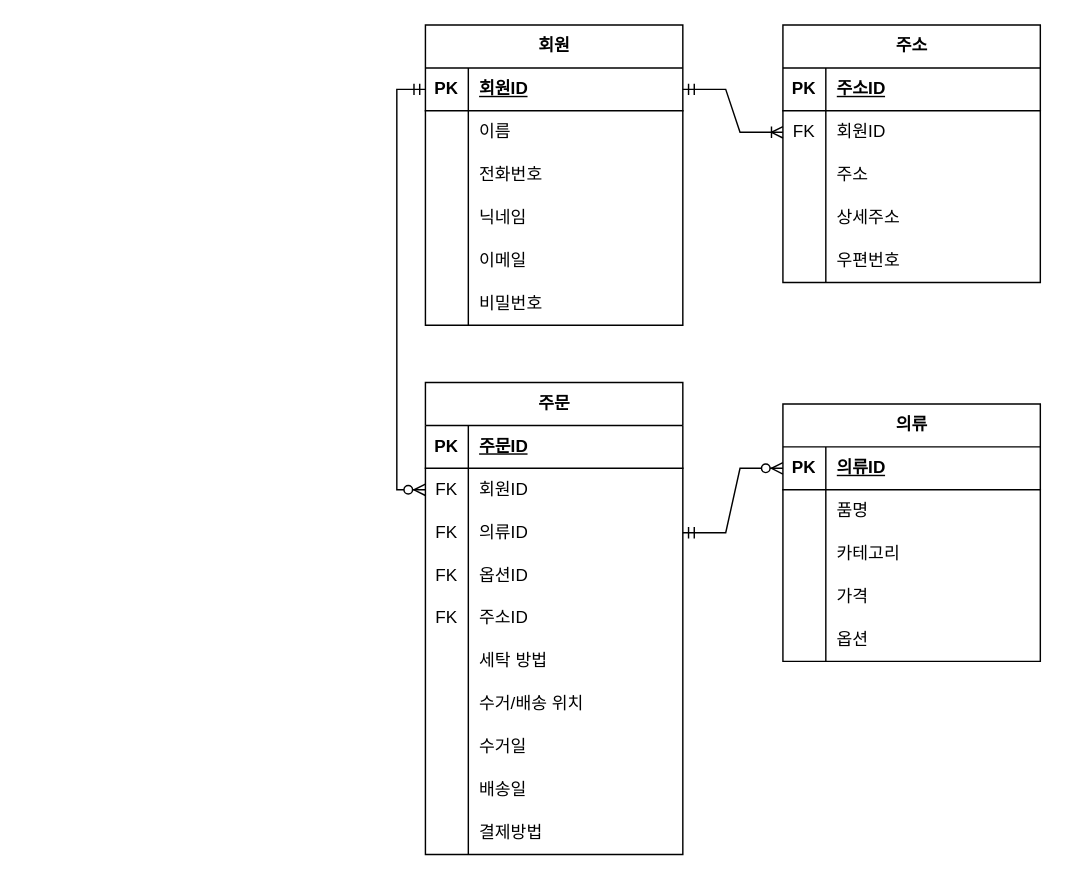
Before: ERD.drawio in Daeseda/daeseda, a draw.io diagram. Source tidied: cells renumbered, new cells numbered last; positions are measured from the earlier drawing's top-left corner, leaving out a move shared by most shapes. Both pictures are drawn from the tidied source at 143%, with x=0, y=0 at pixel (396, 24).
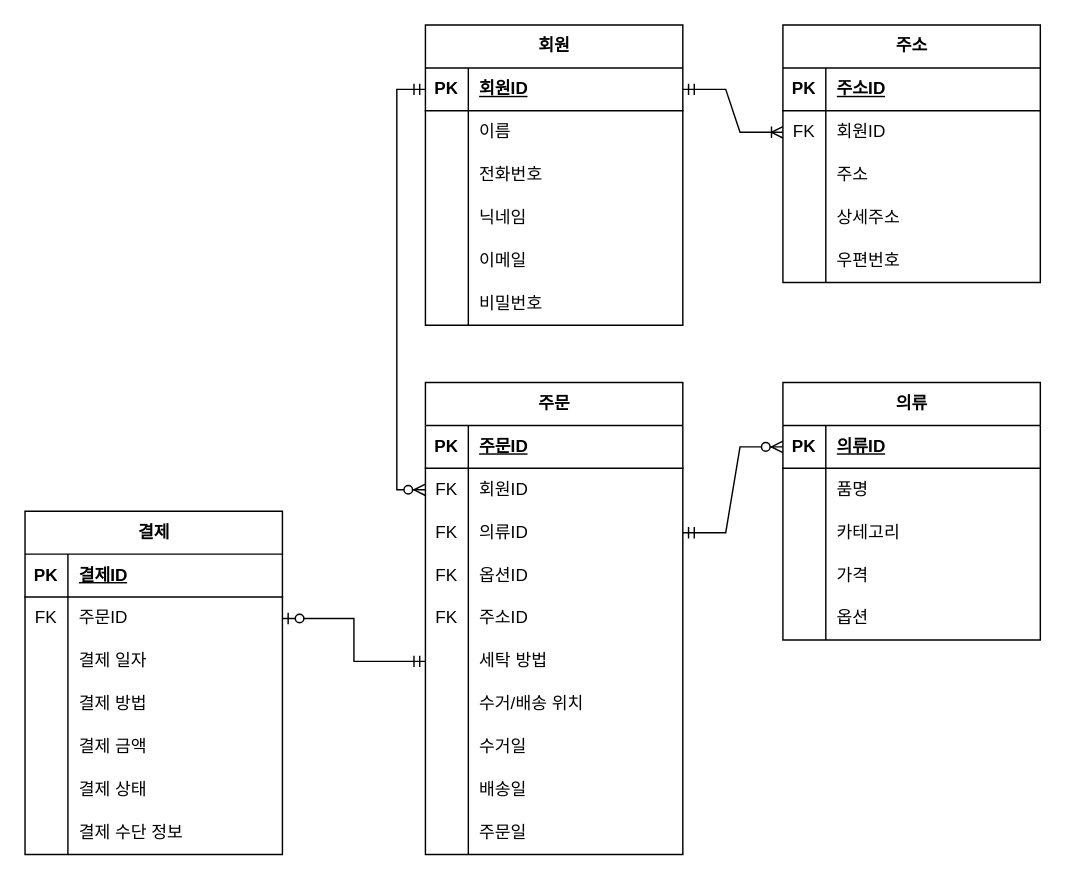
After the change.

The change refers to these unchanged cells:
```xml
<mxCell id="70" style="shape=tableRow;horizontal=0;startSize=0;swimlaneHead=0;swimlaneBody=0;fillColor=none;points=[[0,0.5],[1,0.5]];portConstraint=eastwest;top=0;left=0;right=0;bottom=0;" parent="54" vertex="1">
  <mxGeometry y="180" width="180" height="30" as="geometry" />
</mxCell>
<mxCell id="82" style="shape=tableRow;horizontal=0;startSize=0;swimlaneHead=0;swimlaneBody=0;fillColor=none;top=0;left=0;right=0;bottom=0;" parent="54" vertex="1">
  <mxGeometry y="300" width="180" height="30" as="geometry" />
</mxCell>
```

Change to the diagram source:
```diff
@@
     <mxCell id="38" value="의류" style="shape=table;startSize=30;childLayout=tableLayout;rowLines=0;fontStyle=1;align=center;html=1;" parent="1" vertex="1">
-      <mxGeometry x="270" y="265" width="180" height="180" as="geometry" />
+      <mxGeometry x="270" y="250" width="180" height="180" as="geometry" />
     </mxCell>
@@
-    <mxCell id="84" value="결제방법" style="shape=partialRectangle;fillColor=none;top=0;left=0;bottom=0;right=0;align=left;spacingLeft=6;overflow=hidden;whiteSpace=wrap;html=1;" parent="82" vertex="1">
+    <mxCell id="84" value="주문일" style="shape=partialRectangle;fillColor=none;top=0;left=0;bottom=0;right=0;align=left;spacingLeft=6;overflow=hidden;whiteSpace=wrap;html=1;" parent="82" vertex="1">
       <mxGeometry x="30" width="150" height="30" as="geometry" />
     </mxCell>
@@
+    <mxCell id="87" value="결제" style="shape=table;startSize=30;childLayout=tableLayout;rowLines=0;fontStyle=1;align=center;html=1;" parent="1" vertex="1">
+      <mxGeometry x="-260" y="340" width="180" height="240" as="geometry" />
+    </mxCell>
+    <mxCell id="88" style="shape=tableRow;horizontal=0;startSize=0;swimlaneHead=0;swimlaneBody=0;fillColor=none;top=0;left=0;right=0;bottom=1;" parent="87" vertex="1">
+      <mxGeometry y="30" width="180" height="30" as="geometry" />
+    </mxCell>
+    <mxCell id="89" value="PK" style="shape=partialRectangle;fillColor=none;top=0;left=0;bottom=0;right=0;fontStyle=1;overflow=hidden;whiteSpace=wrap;html=1;" parent="88" vertex="1">
+      <mxGeometry width="30" height="30" as="geometry" />
+    </mxCell>
+    <mxCell id="90" value="결제ID" style="shape=partialRectangle;fillColor=none;top=0;left=0;bottom=0;right=0;align=left;spacingLeft=6;fontStyle=5;overflow=hidden;whiteSpace=wrap;html=1;" parent="88" vertex="1">
+      <mxGeometry x="30" width="150" height="30" as="geometry" />
+    </mxCell>
+    <mxCell id="91" style="shape=tableRow;horizontal=0;startSize=0;swimlaneHead=0;swimlaneBody=0;fillColor=none;points=[[0,0.5],[1,0.5]];portConstraint=eastwest;top=0;left=0;right=0;bottom=0;" parent="87" vertex="1">
+      <mxGeometry y="60" width="180" height="30" as="geometry" />
+    </mxCell>
+    <mxCell id="92" value="FK" style="shape=partialRectangle;fillColor=none;top=0;left=0;bottom=0;right=0;overflow=hidden;whiteSpace=wrap;html=1;" parent="91" vertex="1">
+      <mxGeometry width="30" height="30" as="geometry" />
+    </mxCell>
+    <mxCell id="93" value="주문ID" style="shape=partialRectangle;fillColor=none;top=0;left=0;bottom=0;right=0;align=left;spacingLeft=6;overflow=hidden;whiteSpace=wrap;html=1;" parent="91" vertex="1">
+      <mxGeometry x="30" width="150" height="30" as="geometry" />
+    </mxCell>
+    <mxCell id="94" style="shape=tableRow;horizontal=0;startSize=0;swimlaneHead=0;swimlaneBody=0;fillColor=none;top=0;left=0;right=0;bottom=0;" parent="87" vertex="1">
+      <mxGeometry y="90" width="180" height="30" as="geometry" />
+    </mxCell>
+    <mxCell id="95" style="shape=partialRectangle;fillColor=none;top=0;left=0;bottom=0;right=0;overflow=hidden;whiteSpace=wrap;html=1;" parent="94" vertex="1">
+      <mxGeometry width="30" height="30" as="geometry" />
+    </mxCell>
+    <mxCell id="96" value="결제 일자" style="shape=partialRectangle;fillColor=none;top=0;left=0;bottom=0;right=0;align=left;spacingLeft=6;overflow=hidden;whiteSpace=wrap;html=1;" parent="94" vertex="1">
+      <mxGeometry x="30" width="150" height="30" as="geometry" />
+    </mxCell>
+    <mxCell id="97" style="shape=tableRow;horizontal=0;startSize=0;swimlaneHead=0;swimlaneBody=0;fillColor=none;top=0;left=0;right=0;bottom=0;" parent="87" vertex="1">
+      <mxGeometry y="120" width="180" height="30" as="geometry" />
+    </mxCell>
+    <mxCell id="98" style="shape=partialRectangle;fillColor=none;top=0;left=0;bottom=0;right=0;overflow=hidden;whiteSpace=wrap;html=1;" parent="97" vertex="1">
+      <mxGeometry width="30" height="30" as="geometry" />
+    </mxCell>
+    <mxCell id="99" value="결제 방법" style="shape=partialRectangle;fillColor=none;top=0;left=0;bottom=0;right=0;align=left;spacingLeft=6;overflow=hidden;whiteSpace=wrap;html=1;" parent="97" vertex="1">
+      <mxGeometry x="30" width="150" height="30" as="geometry" />
+    </mxCell>
+    <mxCell id="100" style="shape=tableRow;horizontal=0;startSize=0;swimlaneHead=0;swimlaneBody=0;fillColor=none;top=0;left=0;right=0;bottom=0;" parent="87" vertex="1">
+      <mxGeometry y="150" width="180" height="30" as="geometry" />
+    </mxCell>
+    <mxCell id="101" style="shape=partialRectangle;fillColor=none;top=0;left=0;bottom=0;right=0;overflow=hidden;whiteSpace=wrap;html=1;" parent="100" vertex="1">
+      <mxGeometry width="30" height="30" as="geometry" />
+    </mxCell>
+    <mxCell id="102" value="결제 금액" style="shape=partialRectangle;fillColor=none;top=0;left=0;bottom=0;right=0;align=left;spacingLeft=6;overflow=hidden;whiteSpace=wrap;html=1;" parent="100" vertex="1">
+      <mxGeometry x="30" width="150" height="30" as="geometry" />
+    </mxCell>
+    <mxCell id="103" style="shape=tableRow;horizontal=0;startSize=0;swimlaneHead=0;swimlaneBody=0;fillColor=none;top=0;left=0;right=0;bottom=0;" parent="87" vertex="1">
+      <mxGeometry y="180" width="180" height="30" as="geometry" />
+    </mxCell>
+    <mxCell id="104" style="shape=partialRectangle;fillColor=none;top=0;left=0;bottom=0;right=0;overflow=hidden;whiteSpace=wrap;html=1;" parent="103" vertex="1">
+      <mxGeometry width="30" height="30" as="geometry" />
+    </mxCell>
+    <mxCell id="105" value="결제 상태" style="shape=partialRectangle;fillColor=none;top=0;left=0;bottom=0;right=0;align=left;spacingLeft=6;overflow=hidden;whiteSpace=wrap;html=1;" parent="103" vertex="1">
+      <mxGeometry x="30" width="150" height="30" as="geometry" />
+    </mxCell>
+    <mxCell id="106" style="shape=tableRow;horizontal=0;startSize=0;swimlaneHead=0;swimlaneBody=0;fillColor=none;top=0;left=0;right=0;bottom=0;" parent="87" vertex="1">
+      <mxGeometry y="210" width="180" height="30" as="geometry" />
+    </mxCell>
+    <mxCell id="107" style="shape=partialRectangle;fillColor=none;top=0;left=0;bottom=0;right=0;overflow=hidden;whiteSpace=wrap;html=1;" parent="106" vertex="1">
+      <mxGeometry width="30" height="30" as="geometry" />
+    </mxCell>
+    <mxCell id="108" value="결제 수단 정보" style="shape=partialRectangle;fillColor=none;top=0;left=0;bottom=0;right=0;align=left;spacingLeft=6;overflow=hidden;whiteSpace=wrap;html=1;" parent="106" vertex="1">
+      <mxGeometry x="30" width="150" height="30" as="geometry" />
+    </mxCell>
+    <mxCell id="109" style="edgeStyle=orthogonalEdgeStyle;fontSize=12;html=1;endArrow=ERzeroToOne;startArrow=ERmandOne;rounded=0;exitX=0;exitY=0.5;exitDx=0;exitDy=0;entryX=1;entryY=0.5;entryDx=0;entryDy=0;" parent="1" edge="1" source="70" target="91">
+      <mxGeometry relative="1" as="geometry" />
+    </mxCell>
```
